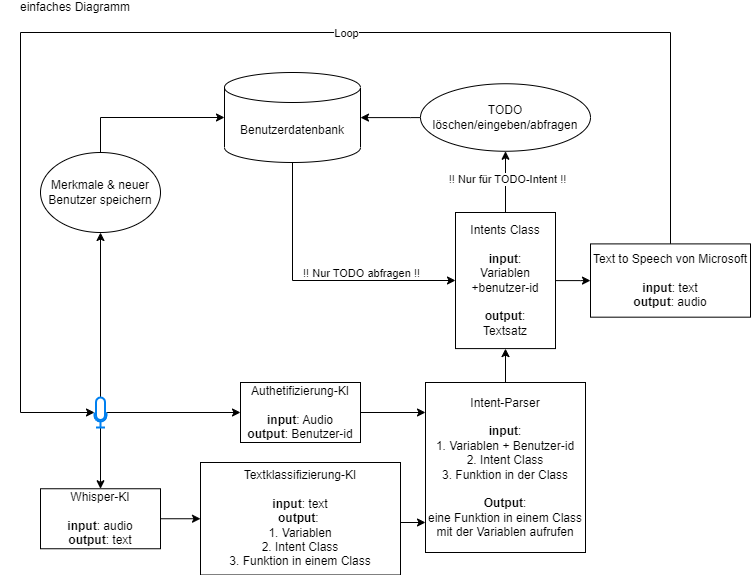
Before: docs/docs_image/einfaches_diagramm.drawio.png, a diagram exported from draw.io (anastasia98s/PS2). Source tidied: cells renumbered, new cells last; positions are measured from the earlier drawing's top-left corner, leaving out a move shared by most shapes. The source it was exported from:
```xml
<mxGraphModel>
  <root>
    <mxCell id="0" />
    <mxCell id="1" parent="0" />
    <mxCell id="2" style="edgeStyle=orthogonalEdgeStyle;rounded=0;jettySize=auto;html=1;" parent="1" edge="1" source="5" target="7">
      <mxGeometry relative="1" as="geometry" />
    </mxCell>
    <mxCell id="3" style="edgeStyle=orthogonalEdgeStyle;rounded=0;jettySize=auto;html=1;" parent="1" edge="1" source="5" target="25">
      <mxGeometry relative="1" as="geometry" />
    </mxCell>
    <mxCell id="4" style="edgeStyle=orthogonalEdgeStyle;rounded=0;jettySize=auto;html=1;" parent="1" edge="1" source="5" target="11">
      <mxGeometry relative="1" as="geometry" />
    </mxCell>
    <mxCell id="5" style="html=1;verticalLabelPosition=bottom;align=center;labelBackgroundColor=#ffffff;verticalAlign=top;strokeWidth=2;strokeColor=#0080F0;shadow=0;dashed=0;shape=mxgraph.ios7.icons.microphone;" parent="1" vertex="1">
      <mxGeometry x="94" y="395" width="12" height="30" as="geometry" />
    </mxCell>
    <mxCell id="6" style="edgeStyle=orthogonalEdgeStyle;rounded=0;jettySize=auto;html=1;entryX=0;entryY=0.5;entryDx=0;entryDy=0;" parent="1" edge="1" source="7" target="9">
      <mxGeometry relative="1" as="geometry" />
    </mxCell>
    <mxCell id="7" value="Whisper-KI&lt;br&gt;&lt;br&gt;&lt;b&gt;input&lt;/b&gt;: audio&lt;br&gt;&lt;b&gt;output&lt;/b&gt;: text" style="rounded=0;whiteSpace=wrap;html=1;" parent="1" vertex="1">
      <mxGeometry x="40" y="486.2" width="120" height="60" as="geometry" />
    </mxCell>
    <mxCell id="8" style="edgeStyle=orthogonalEdgeStyle;rounded=0;jettySize=auto;html=1;" parent="1" edge="1" source="9" target="17">
      <mxGeometry relative="1" as="geometry">
        <Array as="points">
          <mxPoint x="420" y="520" />
          <mxPoint x="420" y="520" />
        </Array>
      </mxGeometry>
    </mxCell>
    <mxCell id="9" value="Textklassifizierung-KI&lt;br&gt;&lt;br&gt;&lt;b&gt;input&lt;/b&gt;: text&lt;br&gt;&lt;b&gt;output&lt;/b&gt;:&amp;nbsp;&lt;br&gt;1. Variablen&lt;br&gt;2. Intent Class&lt;br&gt;3. Funktion in einem Class" style="rounded=0;whiteSpace=wrap;html=1;" parent="1" vertex="1">
      <mxGeometry x="200" y="460" width="200" height="112.5" as="geometry" />
    </mxCell>
    <mxCell id="10" style="edgeStyle=orthogonalEdgeStyle;rounded=0;jettySize=auto;html=1;" parent="1" edge="1" source="11" target="17">
      <mxGeometry relative="1" as="geometry">
        <Array as="points">
          <mxPoint x="420" y="410" />
          <mxPoint x="420" y="410" />
        </Array>
      </mxGeometry>
    </mxCell>
    <mxCell id="11" value="Authetifizierung-KI&lt;br&gt;&lt;br&gt;&lt;b&gt;input&lt;/b&gt;: Audio&lt;br&gt;&lt;b&gt;output&lt;/b&gt;: Benutzer-id" style="rounded=0;whiteSpace=wrap;html=1;" parent="1" vertex="1">
      <mxGeometry x="240" y="380" width="120" height="60" as="geometry" />
    </mxCell>
    <mxCell id="12" style="edgeStyle=orthogonalEdgeStyle;rounded=0;jettySize=auto;html=1;" parent="1" edge="1" source="15" target="20">
      <mxGeometry relative="1" as="geometry">
        <Array as="points">
          <mxPoint x="580" y="278" />
          <mxPoint x="580" y="278" />
        </Array>
      </mxGeometry>
    </mxCell>
    <mxCell id="13" style="edgeStyle=orthogonalEdgeStyle;rounded=0;jettySize=auto;html=1;" parent="1" edge="1" source="15" target="27">
      <mxGeometry relative="1" as="geometry">
        <Array as="points">
          <mxPoint x="505" y="180" />
          <mxPoint x="505" y="180" />
        </Array>
      </mxGeometry>
    </mxCell>
    <mxCell id="14" value="!! Nur für TODO-Intent !!" style="edgeLabel;html=1;align=center;verticalAlign=middle;" parent="13" vertex="1">
      <mxGeometry x="0.12" y="-1" relative="1" as="geometry" />
    </mxCell>
    <mxCell id="15" value="Intents Class&lt;br&gt;&lt;br&gt;&lt;b&gt;input&lt;/b&gt;: &lt;br&gt;Variablen +benutzer-id&lt;br&gt;&lt;br&gt;&lt;b&gt;output&lt;/b&gt;:&lt;br&gt;Textsatz" style="rounded=0;whiteSpace=wrap;html=1;" parent="1" vertex="1">
      <mxGeometry x="455" y="210" width="100" height="136.1" as="geometry" />
    </mxCell>
    <mxCell id="16" style="edgeStyle=orthogonalEdgeStyle;rounded=0;jettySize=auto;html=1;" parent="1" edge="1" source="17" target="15">
      <mxGeometry relative="1" as="geometry" />
    </mxCell>
    <mxCell id="17" value="Intent-Parser&lt;br&gt;&lt;br&gt;&lt;b&gt;input&lt;/b&gt;:&lt;br&gt;1. Variablen + Benutzer-id&lt;br style=&quot;border-color: var(--border-color);&quot;&gt;2. Intent Class&lt;br style=&quot;border-color: var(--border-color);&quot;&gt;3. Funktion in der Class&lt;br&gt;&lt;br&gt;&lt;b&gt;Output&lt;/b&gt;:&lt;br&gt;eine Funktion in einem Class mit der Variablen aufrufen" style="rounded=0;whiteSpace=wrap;html=1;" parent="1" vertex="1">
      <mxGeometry x="425" y="380" width="160" height="170" as="geometry" />
    </mxCell>
    <mxCell id="18" style="edgeStyle=orthogonalEdgeStyle;rounded=0;jettySize=auto;html=1;" parent="1" edge="1" source="20" target="5">
      <mxGeometry relative="1" as="geometry">
        <Array as="points">
          <mxPoint x="670" y="30" />
          <mxPoint x="20" y="30" />
          <mxPoint x="20" y="410" />
        </Array>
      </mxGeometry>
    </mxCell>
    <mxCell id="19" value="Loop" style="edgeLabel;html=1;align=center;verticalAlign=middle;" parent="18" vertex="1">
      <mxGeometry x="-0.12" y="2" relative="1" as="geometry">
        <mxPoint x="44" y="-2" as="offset" />
      </mxGeometry>
    </mxCell>
    <mxCell id="20" value="Text to Speech von Microsoft&lt;br&gt;&lt;br&gt;&lt;b&gt;input&lt;/b&gt;: text&lt;br&gt;&lt;b&gt;output&lt;/b&gt;: audio" style="rounded=0;whiteSpace=wrap;html=1;" parent="1" vertex="1">
      <mxGeometry x="590" y="241.4" width="160" height="73.3" as="geometry" />
    </mxCell>
    <mxCell id="21" style="edgeStyle=orthogonalEdgeStyle;rounded=0;jettySize=auto;html=1;" parent="1" edge="1" source="23" target="15">
      <mxGeometry relative="1" as="geometry">
        <Array as="points">
          <mxPoint x="292" y="278" />
        </Array>
      </mxGeometry>
    </mxCell>
    <mxCell id="22" value="!! Nur TODO abfragen !!" style="edgeLabel;html=1;align=center;verticalAlign=middle;" parent="21" vertex="1">
      <mxGeometry x="-0.48" relative="1" as="geometry">
        <mxPoint x="68" y="37" as="offset" />
      </mxGeometry>
    </mxCell>
    <mxCell id="23" value="Benutzerdatenbank" style="shape=cylinder3;whiteSpace=wrap;html=1;boundedLbl=1;backgroundOutline=1;size=15;" parent="1" vertex="1">
      <mxGeometry x="224" y="70" width="136" height="90" as="geometry" />
    </mxCell>
    <mxCell id="24" style="edgeStyle=orthogonalEdgeStyle;rounded=0;jettySize=auto;html=1;" parent="1" edge="1" source="25" target="23">
      <mxGeometry relative="1" as="geometry">
        <Array as="points">
          <mxPoint x="100" y="115" />
        </Array>
      </mxGeometry>
    </mxCell>
    <mxCell id="25" value="Merkmale &amp;amp; neuer Benutzer speichern" style="ellipse;whiteSpace=wrap;html=1;" parent="1" vertex="1">
      <mxGeometry x="40" y="150" width="120" height="80" as="geometry" />
    </mxCell>
    <mxCell id="26" style="edgeStyle=orthogonalEdgeStyle;rounded=0;jettySize=auto;html=1;" parent="1" edge="1" source="27" target="23">
      <mxGeometry relative="1" as="geometry">
        <Array as="points">
          <mxPoint x="410" y="115" />
          <mxPoint x="410" y="115" />
        </Array>
      </mxGeometry>
    </mxCell>
    <mxCell id="27" value="TODO löschen/eingeben/abfragen" style="ellipse;whiteSpace=wrap;html=1;" parent="1" vertex="1">
      <mxGeometry x="420" y="81.2" width="170" height="67.5" as="geometry" />
    </mxCell>
    <mxCell id="28" value="einfaches Diagramm" style="text;html=1;strokeColor=none;fillColor=none;align=center;verticalAlign=middle;whiteSpace=wrap;rounded=0;" parent="1" vertex="1">
      <mxGeometry width="150" height="10" as="geometry" />
    </mxCell>
  </root>
</mxGraphModel>
```
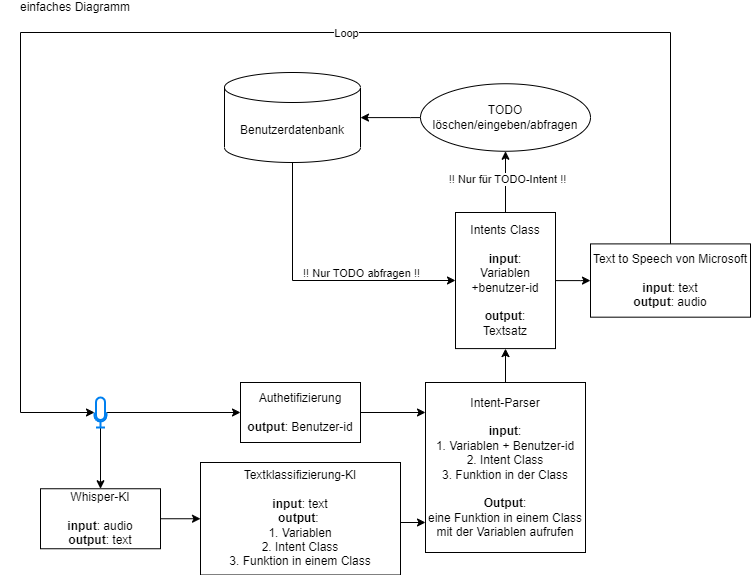
Later version of the same file.

The edit, as a diff of the source:
```diff
@@ -5,9 +5,6 @@
     <mxCell id="2" style="edgeStyle=orthogonalEdgeStyle;rounded=0;jettySize=auto;html=1;" parent="1" edge="1" source="5" target="7">
       <mxGeometry relative="1" as="geometry" />
     </mxCell>
-    <mxCell id="3" style="edgeStyle=orthogonalEdgeStyle;rounded=0;jettySize=auto;html=1;" parent="1" edge="1" source="5" target="25">
-      <mxGeometry relative="1" as="geometry" />
-    </mxCell>
     <mxCell id="4" style="edgeStyle=orthogonalEdgeStyle;rounded=0;jettySize=auto;html=1;" parent="1" edge="1" source="5" target="11">
       <mxGeometry relative="1" as="geometry" />
     </mxCell>
@@ -39,7 +36,7 @@
         </Array>
       </mxGeometry>
     </mxCell>
-    <mxCell id="11" value="Authetifizierung-KI&lt;br&gt;&lt;br&gt;&lt;b&gt;input&lt;/b&gt;: Audio&lt;br&gt;&lt;b&gt;output&lt;/b&gt;: Benutzer-id" style="rounded=0;whiteSpace=wrap;html=1;" parent="1" vertex="1">
+    <mxCell id="11" value="Authetifizierung&lt;br&gt;&lt;br&gt;&lt;b&gt;output&lt;/b&gt;: Benutzer-id" style="rounded=0;whiteSpace=wrap;html=1;" parent="1" vertex="1">
       <mxGeometry x="240" y="380" width="120" height="60" as="geometry" />
     </mxCell>
     <mxCell id="12" style="edgeStyle=orthogonalEdgeStyle;rounded=0;jettySize=auto;html=1;" parent="1" edge="1" source="15" target="20">
@@ -102,16 +99,6 @@
     <mxCell id="23" value="Benutzerdatenbank" style="shape=cylinder3;whiteSpace=wrap;html=1;boundedLbl=1;backgroundOutline=1;size=15;" parent="1" vertex="1">
       <mxGeometry x="224" y="70" width="136" height="90" as="geometry" />
     </mxCell>
-    <mxCell id="24" style="edgeStyle=orthogonalEdgeStyle;rounded=0;jettySize=auto;html=1;" parent="1" edge="1" source="25" target="23">
-      <mxGeometry relative="1" as="geometry">
-        <Array as="points">
-          <mxPoint x="100" y="115" />
-        </Array>
-      </mxGeometry>
-    </mxCell>
-    <mxCell id="25" value="Merkmale &amp;amp; neuer Benutzer speichern" style="ellipse;whiteSpace=wrap;html=1;" parent="1" vertex="1">
-      <mxGeometry x="40" y="150" width="120" height="80" as="geometry" />
-    </mxCell>
     <mxCell id="26" style="edgeStyle=orthogonalEdgeStyle;rounded=0;jettySize=auto;html=1;" parent="1" edge="1" source="27" target="23">
       <mxGeometry relative="1" as="geometry">
         <Array as="points">
```
